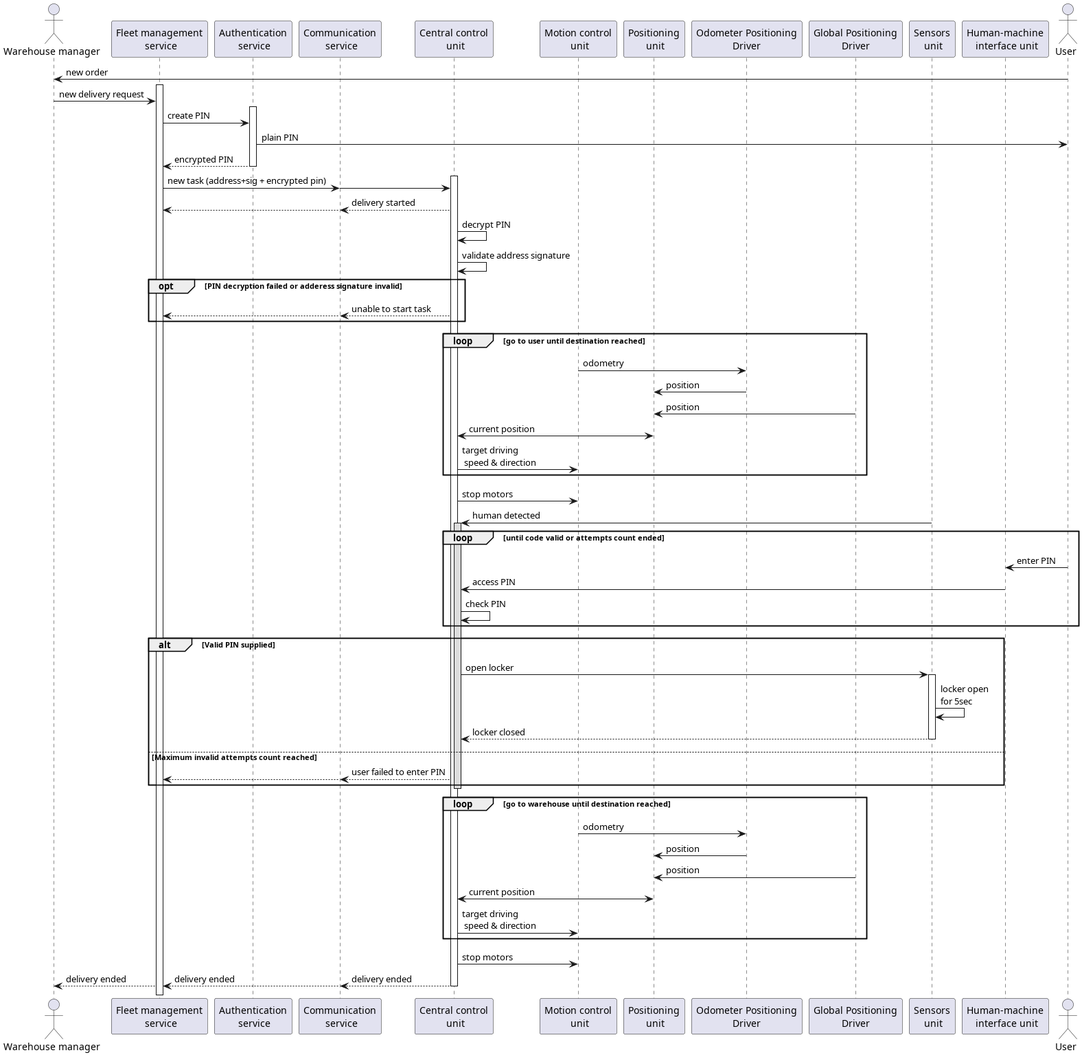
Earlier version of the PlantUML export docs/diagrams/res/sequence_new.png (Losssaw3/cyberimmune-delivery-robot).
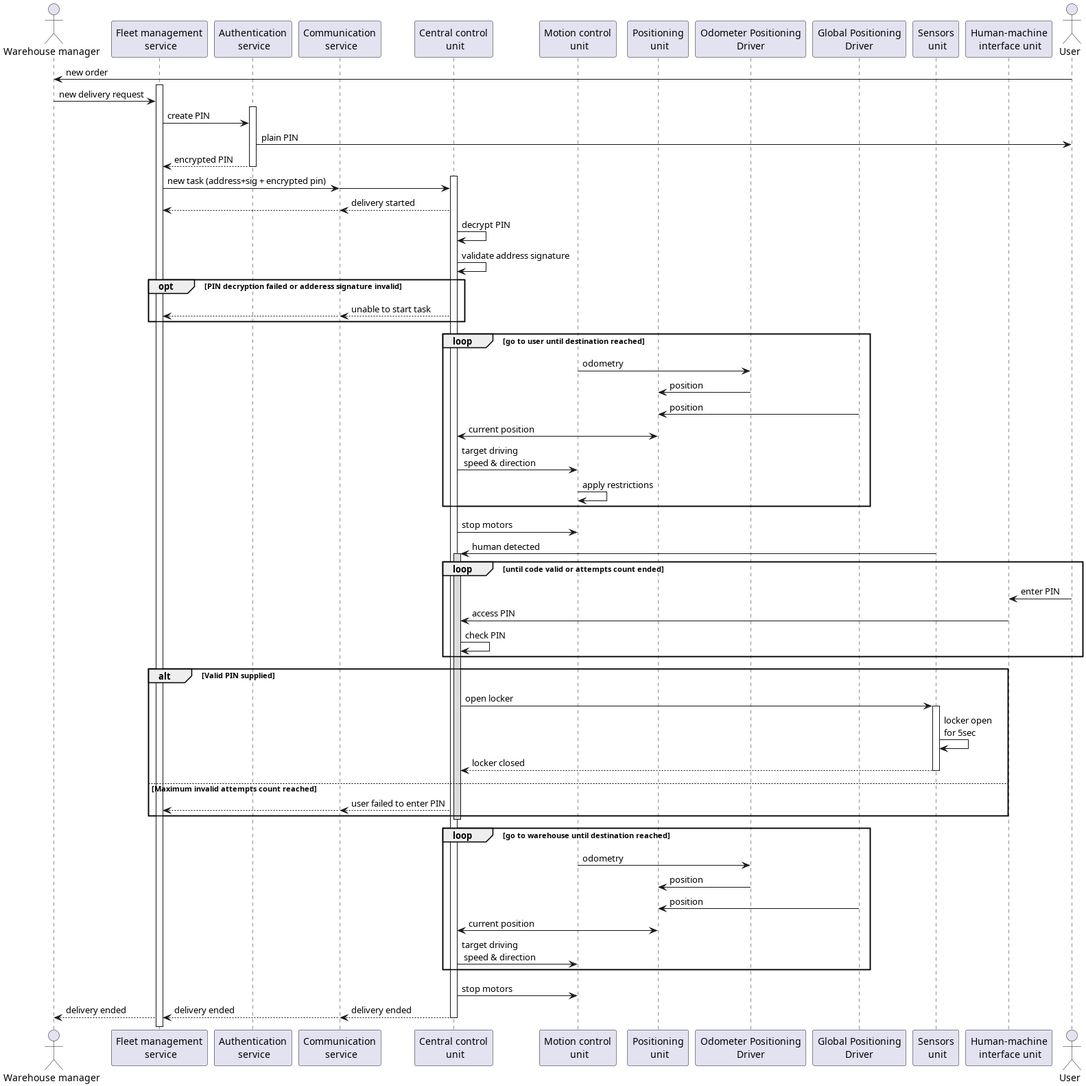
Later version of the same file.

What changed in the source:
```diff
@@ -44,6 +44,7 @@
 GPD     -> PU:       position
 PU      <-> CCU:     current position
 CCU     -> MCU:      target driving\n speed & direction
+MCU     -> MCU:       apply restrictions
 
 end
 
```
